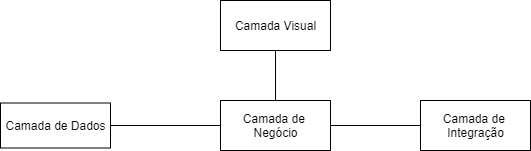
Above: Design/EA/Visão Geral Arquitetural.png in RodrigoAguiar0/RaroListaDeFilmes (draw.io), before the change. Source tidied: cells renumbered, new cells last; positions are measured from the earlier drawing's top-left corner, leaving out a move shared by most shapes. The source it was exported from:
```xml
<mxGraphModel>
  <root>
    <mxCell id="0" />
    <mxCell id="1" parent="0" />
    <mxCell id="2" value="Camada Visual" style="html=1;" parent="1" vertex="1">
      <mxGeometry x="220" width="110" height="50" as="geometry" />
    </mxCell>
    <mxCell id="3" value="Camada de &lt;br&gt;Negócio" style="html=1;" parent="1" vertex="1">
      <mxGeometry x="220" y="100" width="110" height="50" as="geometry" />
    </mxCell>
    <mxCell id="4" value="Camada de &lt;br&gt;Integração" style="html=1;" parent="1" vertex="1">
      <mxGeometry x="420" y="100" width="110" height="50" as="geometry" />
    </mxCell>
    <mxCell id="5" value="Camada de Dados" style="html=1;" parent="1" vertex="1">
      <mxGeometry y="102.5" width="110" height="45" as="geometry" />
    </mxCell>
    <mxCell id="6" style="endArrow=none;html=1;exitX=0.5;exitY=0;exitDx=0;exitDy=0;" parent="1" edge="1" source="3" target="2">
      <mxGeometry relative="1" as="geometry" />
    </mxCell>
    <mxCell id="7" style="endArrow=none;html=1;entryX=1;entryY=0.5;entryDx=0;entryDy=0;" parent="1" edge="1" source="4" target="3">
      <mxGeometry relative="1" as="geometry" />
    </mxCell>
    <mxCell id="8" style="endArrow=none;html=1;entryX=0;entryY=0.5;entryDx=0;entryDy=0;exitX=1;exitY=0.5;exitDx=0;exitDy=0;" parent="1" edge="1" source="5" target="3">
      <mxGeometry relative="1" as="geometry" />
    </mxCell>
  </root>
</mxGraphModel>
```
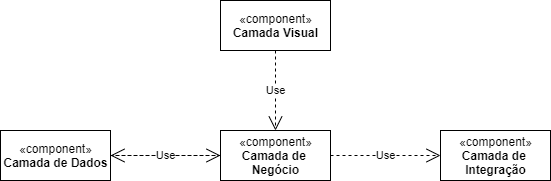
Above is the later version.

Diff of the diagram source:
```diff
@@ -2,26 +2,29 @@
   <root>
     <mxCell id="0" />
     <mxCell id="1" parent="0" />
-    <mxCell id="2" value="Camada Visual" style="html=1;" parent="1" vertex="1">
-      <mxGeometry x="220" width="110" height="50" as="geometry" />
-    </mxCell>
-    <mxCell id="3" value="Camada de &lt;br&gt;Negócio" style="html=1;" parent="1" vertex="1">
-      <mxGeometry x="220" y="100" width="110" height="50" as="geometry" />
-    </mxCell>
-    <mxCell id="4" value="Camada de &lt;br&gt;Integração" style="html=1;" parent="1" vertex="1">
-      <mxGeometry x="420" y="100" width="110" height="50" as="geometry" />
-    </mxCell>
-    <mxCell id="5" value="Camada de Dados" style="html=1;" parent="1" vertex="1">
-      <mxGeometry y="102.5" width="110" height="45" as="geometry" />
-    </mxCell>
-    <mxCell id="6" style="endArrow=none;html=1;exitX=0.5;exitY=0;exitDx=0;exitDy=0;" parent="1" edge="1" source="3" target="2">
-      <mxGeometry relative="1" as="geometry" />
-    </mxCell>
-    <mxCell id="7" style="endArrow=none;html=1;entryX=1;entryY=0.5;entryDx=0;entryDy=0;" parent="1" edge="1" source="4" target="3">
-      <mxGeometry relative="1" as="geometry" />
-    </mxCell>
-    <mxCell id="8" style="endArrow=none;html=1;entryX=0;entryY=0.5;entryDx=0;entryDy=0;exitX=1;exitY=0.5;exitDx=0;exitDy=0;" parent="1" edge="1" source="5" target="3">
-      <mxGeometry relative="1" as="geometry" />
-    </mxCell>
+    <mxCell id="9" value="«component»&lt;br&gt;&lt;b&gt;Camada Visual&lt;/b&gt;" style="html=1;" parent="1" vertex="1">
+      <mxGeometry x="280" y="20" width="110" height="50" as="geometry" />
+    </mxCell>
+    <mxCell id="10" value="«component»&lt;br&gt;&lt;b&gt;Camada de &lt;br&gt;Integração&lt;/b&gt;" style="html=1;" parent="1" vertex="1">
+      <mxGeometry x="500" y="150" width="110" height="50" as="geometry" />
+    </mxCell>
+    <mxCell id="11" value="«component»&lt;br&gt;&lt;b&gt;Camada de &lt;br&gt;Negócio&lt;/b&gt;" style="html=1;" parent="1" vertex="1">
+      <mxGeometry x="280" y="150" width="110" height="50" as="geometry" />
+    </mxCell>
+    <mxCell id="12" value="«component»&lt;br&gt;&lt;b&gt;Camada de Dados&lt;/b&gt;" style="html=1;" parent="1" vertex="1">
+      <mxGeometry x="60" y="150" width="110" height="50" as="geometry" />
+    </mxCell>
+    <mxCell id="13" value="Use" style="endArrow=open;endSize=12;dashed=1;html=1;entryX=0;entryY=0.5;entryDx=0;entryDy=0;exitX=1;exitY=0.5;exitDx=0;exitDy=0;" parent="1" edge="1" source="11" target="10">
+      <mxGeometry relative="1" as="geometry" />
+    </mxCell>
+    <mxCell id="14" value="Use" style="endArrow=open;endSize=12;dashed=1;html=1;entryX=0.5;entryY=0;entryDx=0;entryDy=0;exitX=0.5;exitY=1;exitDx=0;exitDy=0;" parent="1" edge="1" source="9" target="11">
+      <mxGeometry relative="1" as="geometry" />
+    </mxCell>
+    <mxCell id="15" value="Use" style="endArrow=open;endSize=12;dashed=1;html=1;entryX=1;entryY=0.5;entryDx=0;entryDy=0;exitX=0;exitY=0.5;exitDx=0;exitDy=0;" parent="1" edge="1" source="11" target="12">
+      <mxGeometry relative="1" as="geometry" />
+    </mxCell>
+    <mxCell id="16" value="Use" style="endArrow=open;endSize=12;dashed=1;html=1;exitX=1;exitY=0.5;exitDx=0;exitDy=0;entryX=0;entryY=0.5;entryDx=0;entryDy=0;" parent="1" edge="1" source="12" target="11">
+      <mxGeometry relative="1" as="geometry" />
+    </mxCell>
   </root>
 </mxGraphModel>
```
